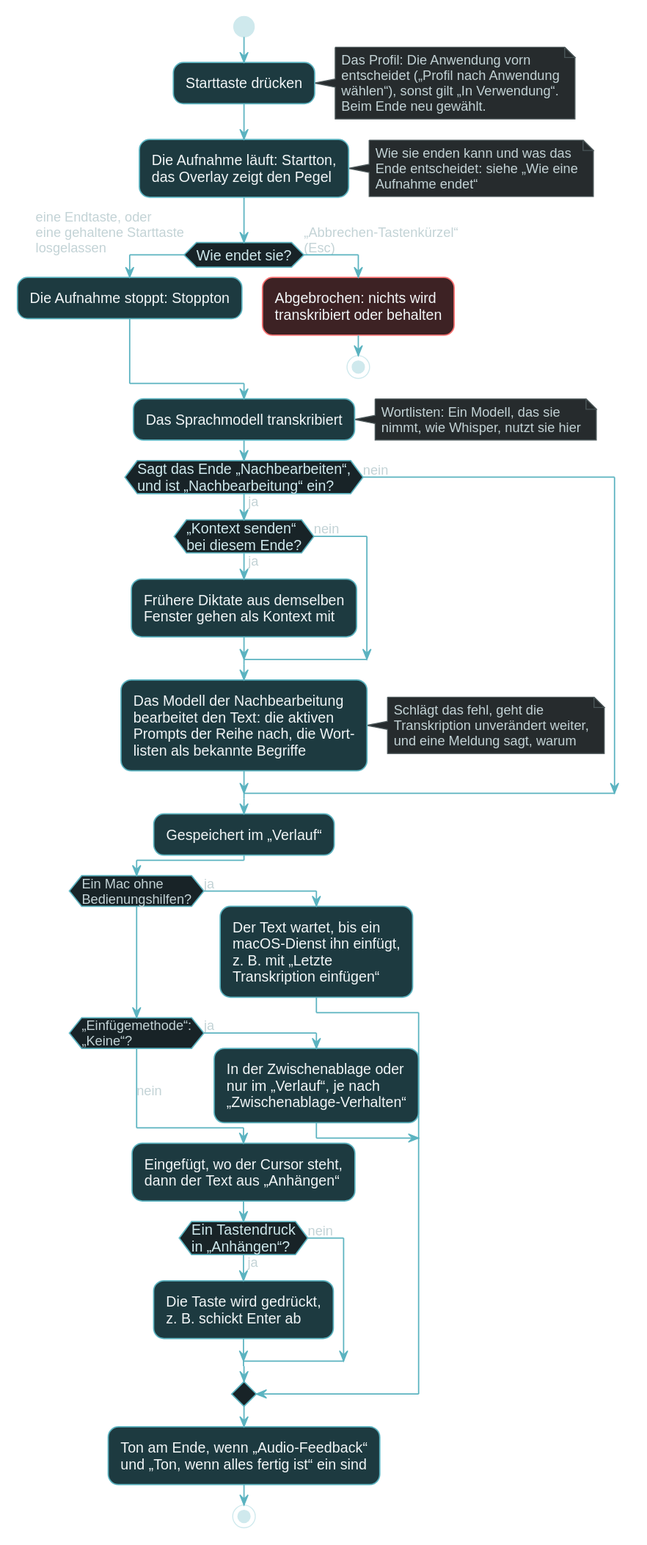
The PlantUML diagram docs/manual/public/diagrams/de/dictation-flow.dark.svg in yaccob/DanyWhere, before a commit. Source of this version:
```plantuml
@startuml
!$yes = "ja"
!$no = "nein"
!$press = "Starttaste drücken"
!$noteProfile = "Das Profil: Die Anwendung vorn\nentscheidet („Profil nach Anwendung\nwählen“), sonst gilt „In Verwendung“.\nBeim Ende neu gewählt."
!$recording = "Die Aufnahme läuft: Startton,\ndas Overlay zeigt den Pegel"
!$noteEnds = "Wie sie enden kann und was das\nEnde entscheidet: siehe „Wie eine\nAufnahme endet“"
!$qEnd = "Wie endet sie?"
!$aEnds = "eine Endtaste, oder\neine gehaltene Starttaste\nlosgelassen"
!$aCancel = "„Abbrechen-Tastenkürzel“\n(Esc)"
!$stopped = "Die Aufnahme stoppt: Stoppton"
!$cancelled = "Abgebrochen: nichts wird\ntranskribiert oder behalten"
!$transcribe = "Das Sprachmodell transkribiert"
!$noteWords = "Wortlisten: Ein Modell, das sie\nnimmt, wie Whisper, nutzt sie hier"
!$qPost = "Sagt das Ende „Nachbearbeiten“,\nund ist „Nachbearbeitung“ ein?"
!$qContext = "„Kontext senden“\nbei diesem Ende?"
!$context = "Frühere Diktate aus demselben\nFenster gehen als Kontext mit"
!$edit = "Das Modell der Nachbearbeitung\nbearbeitet den Text: die aktiven\nPrompts der Reihe nach, die Wort-\nlisten als bekannte Begriffe"
!$noteFailed = "Schlägt das fehl, geht die\nTranskription unverändert weiter,\nund eine Meldung sagt, warum"
!$history = "Gespeichert im „Verlauf“"
!$qWaits = "Ein Mac ohne\nBedienungshilfen?"
!$waits = "Der Text wartet, bis ein\nmacOS-Dienst ihn einfügt,\nz. B. mit „Letzte\nTranskription einfügen“"
!$qNone = "„Einfügemethode“:\n„Keine“?"
!$clipboard = "In der Zwischenablage oder\nnur im „Verlauf“, je nach\n„Zwischenablage-Verhalten“"
!$pasted = "Eingefügt, wo der Cursor steht,\ndann der Text aus „Anhängen“"
!$qKey = "Ein Tastendruck\nin „Anhängen“?"
!$key = "Die Taste wird gedrückt,\nz. B. schickt Enter ab"
!$done = "Ton am Ende, wenn „Audio-Feedback“\nund „Ton, wenn alles fertig ist“ ein sind"
!include style.iuml
!include dictation-flow.iuml
@enduml
```
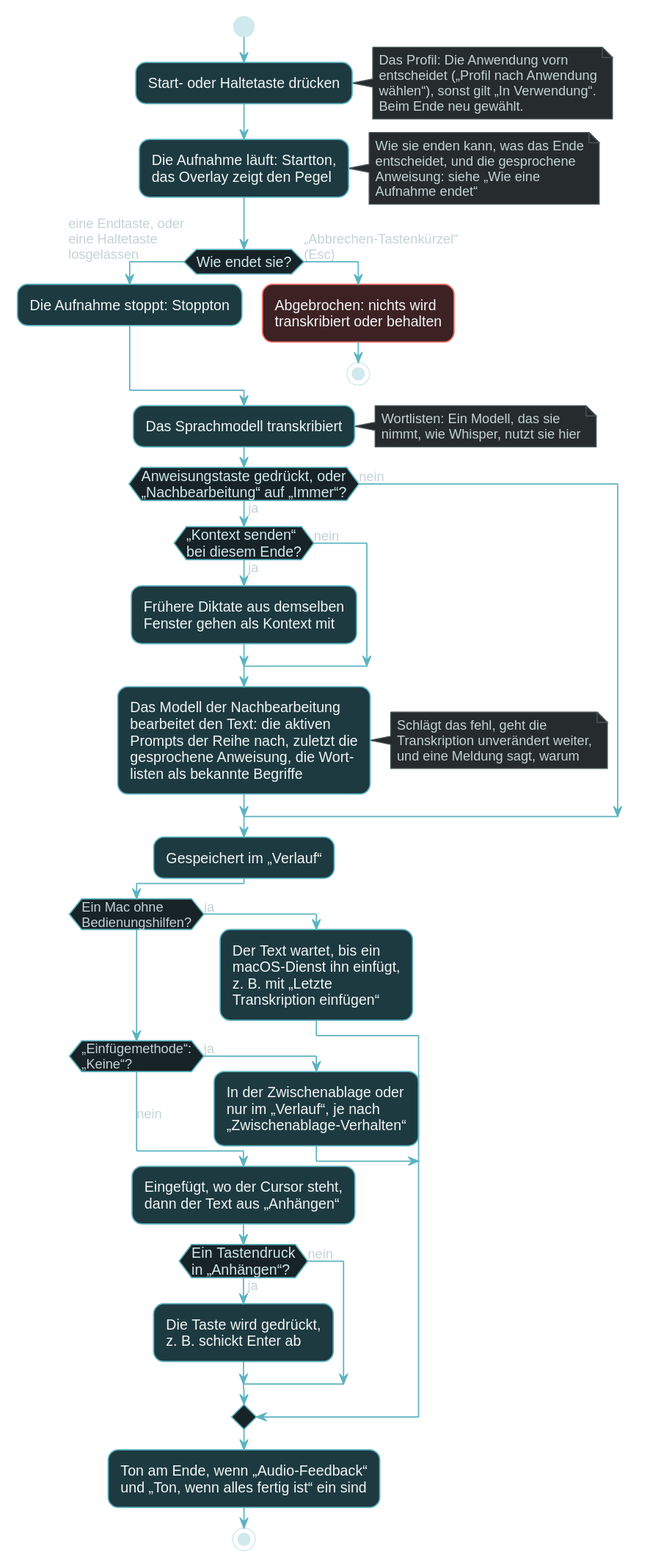
Above is the later version.

Diff of the diagram source:
```diff
@@ -1,21 +1,21 @@
 @startuml
 !$yes = "ja"
 !$no = "nein"
-!$press = "Starttaste drücken"
+!$press = "Start- oder Haltetaste drücken"
 !$noteProfile = "Das Profil: Die Anwendung vorn\nentscheidet („Profil nach Anwendung\nwählen“), sonst gilt „In Verwendung“.\nBeim Ende neu gewählt."
 !$recording = "Die Aufnahme läuft: Startton,\ndas Overlay zeigt den Pegel"
-!$noteEnds = "Wie sie enden kann und was das\nEnde entscheidet: siehe „Wie eine\nAufnahme endet“"
+!$noteEnds = "Wie sie enden kann, was das Ende\nentscheidet, und die gesprochene\nAnweisung: siehe „Wie eine\nAufnahme endet“"
 !$qEnd = "Wie endet sie?"
-!$aEnds = "eine Endtaste, oder\neine gehaltene Starttaste\nlosgelassen"
+!$aEnds = "eine Endtaste, oder\neine Haltetaste\nlosgelassen"
 !$aCancel = "„Abbrechen-Tastenkürzel“\n(Esc)"
 !$stopped = "Die Aufnahme stoppt: Stoppton"
 !$cancelled = "Abgebrochen: nichts wird\ntranskribiert oder behalten"
 !$transcribe = "Das Sprachmodell transkribiert"
 !$noteWords = "Wortlisten: Ein Modell, das sie\nnimmt, wie Whisper, nutzt sie hier"
-!$qPost = "Sagt das Ende „Nachbearbeiten“,\nund ist „Nachbearbeitung“ ein?"
+!$qPost = "Anweisungstaste gedrückt, oder\n„Nachbearbeitung“ auf „Immer“?"
 !$qContext = "„Kontext senden“\nbei diesem Ende?"
 !$context = "Frühere Diktate aus demselben\nFenster gehen als Kontext mit"
-!$edit = "Das Modell der Nachbearbeitung\nbearbeitet den Text: die aktiven\nPrompts der Reihe nach, die Wort-\nlisten als bekannte Begriffe"
+!$edit = "Das Modell der Nachbearbeitung\nbearbeitet den Text: die aktiven\nPrompts der Reihe nach, zuletzt die\ngesprochene Anweisung, die Wort-\nlisten als bekannte Begriffe"
 !$noteFailed = "Schlägt das fehl, geht die\nTranskription unverändert weiter,\nund eine Meldung sagt, warum"
 !$history = "Gespeichert im „Verlauf“"
 !$qWaits = "Ein Mac ohne\nBedienungshilfen?"
```
